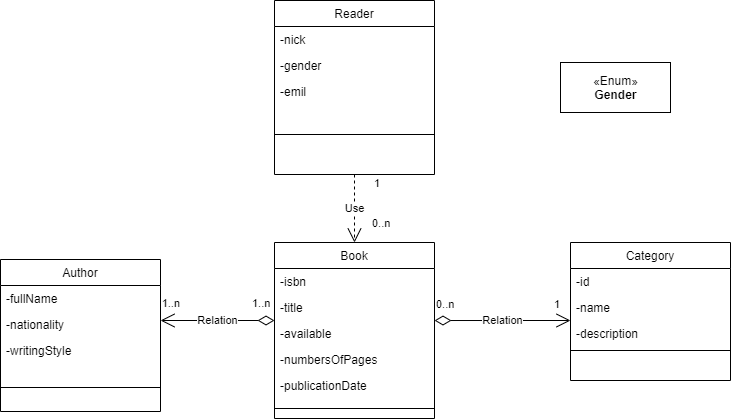
The draw.io diagram docs/library.models.png in miw-upm/apaw-practice, before a commit. Source tidied: cells renumbered, new cells last; positions are measured from the earlier drawing's top-left corner, leaving out a move shared by most shapes.
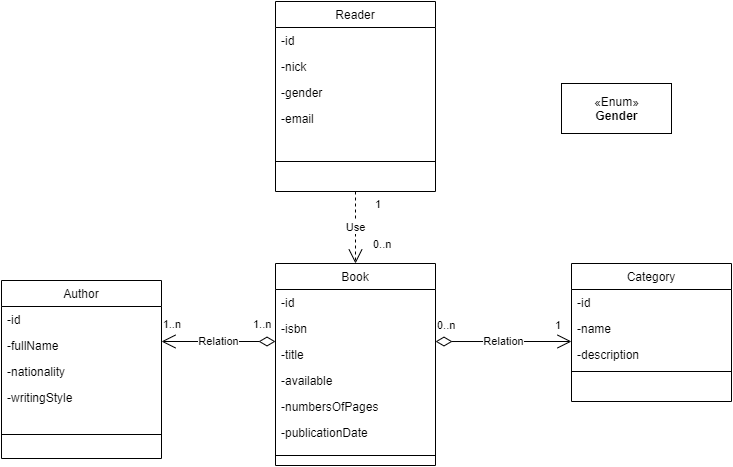
After the commit.

The edit, as a diff of the source:
```diff
@@ -3,19 +3,22 @@
     <mxCell id="0" />
     <mxCell id="1" parent="0" />
     <mxCell id="2" value="Reader" style="swimlane;fontStyle=0;align=center;verticalAlign=top;horizontal=1;startSize=26;rounded=0;shadow=0;strokeWidth=1;" parent="1" vertex="1">
-      <mxGeometry x="274" width="160" height="174" as="geometry" />
+      <mxGeometry x="274" y="-20" width="160" height="190" as="geometry" />
     </mxCell>
-    <mxCell id="3" value="-nick" style="text;align=left;verticalAlign=top;spacingLeft=4;spacingRight=4;overflow=hidden;" parent="2" vertex="1">
+    <mxCell id="3" value="-id" style="text;align=left;verticalAlign=top;spacingLeft=4;spacingRight=4;overflow=hidden;" parent="2" vertex="1">
       <mxGeometry y="26" width="160" height="26" as="geometry" />
     </mxCell>
+    <mxCell id="34" value="-nick" style="text;align=left;verticalAlign=top;spacingLeft=4;spacingRight=4;overflow=hidden;" parent="2" vertex="1">
+      <mxGeometry y="52" width="160" height="26" as="geometry" />
+    </mxCell>
     <mxCell id="4" value="-gender" style="text;align=left;verticalAlign=top;spacingLeft=4;spacingRight=4;overflow=hidden;rounded=0;shadow=0;html=0;" parent="2" vertex="1">
-      <mxGeometry y="52" width="160" height="26" as="geometry" />
+      <mxGeometry y="78" width="160" height="26" as="geometry" />
     </mxCell>
-    <mxCell id="5" value="-emil" style="text;align=left;verticalAlign=top;spacingLeft=4;spacingRight=4;overflow=hidden;rounded=0;shadow=0;html=0;" parent="2" vertex="1">
-      <mxGeometry y="78" width="160" height="26" as="geometry" />
+    <mxCell id="5" value="-email" style="text;align=left;verticalAlign=top;spacingLeft=4;spacingRight=4;overflow=hidden;rounded=0;shadow=0;html=0;" parent="2" vertex="1">
+      <mxGeometry y="104" width="160" height="26" as="geometry" />
     </mxCell>
     <mxCell id="6" style="line;html=1;strokeWidth=1;align=left;verticalAlign=middle;spacingTop=-1;spacingLeft=3;spacingRight=3;labelPosition=right;" parent="2" vertex="1">
-      <mxGeometry y="104" width="160" height="60" as="geometry" />
+      <mxGeometry y="130" width="160" height="60" as="geometry" />
     </mxCell>
     <mxCell id="7" value="Category" style="swimlane;fontStyle=0;align=center;verticalAlign=top;horizontal=1;startSize=26;rounded=0;shadow=0;strokeWidth=1;" parent="1" vertex="1">
       <mxGeometry x="570" y="242" width="160" height="138" as="geometry" />
@@ -33,40 +36,46 @@
       <mxGeometry y="104" width="160" height="8" as="geometry" />
     </mxCell>
     <mxCell id="12" value="Author&#10;" style="swimlane;fontStyle=0;align=center;verticalAlign=top;horizontal=1;startSize=26;rounded=0;shadow=0;strokeWidth=1;" parent="1" vertex="1">
-      <mxGeometry y="259" width="160" height="152" as="geometry" />
+      <mxGeometry y="259" width="160" height="178" as="geometry" />
     </mxCell>
+    <mxCell id="35" value="-id&#10;" style="text;align=left;verticalAlign=top;spacingLeft=4;spacingRight=4;overflow=hidden;" parent="12" vertex="1">
+      <mxGeometry y="26" width="160" height="26" as="geometry" />
+    </mxCell>
     <mxCell id="13" value="-fullName" style="text;align=left;verticalAlign=top;spacingLeft=4;spacingRight=4;overflow=hidden;" parent="12" vertex="1">
-      <mxGeometry y="26" width="160" height="26" as="geometry" />
+      <mxGeometry y="52" width="160" height="26" as="geometry" />
     </mxCell>
     <mxCell id="14" value="-nationality" style="text;align=left;verticalAlign=top;spacingLeft=4;spacingRight=4;overflow=hidden;" parent="12" vertex="1">
-      <mxGeometry y="52" width="160" height="26" as="geometry" />
+      <mxGeometry y="78" width="160" height="26" as="geometry" />
     </mxCell>
     <mxCell id="15" value="-writingStyle" style="text;align=left;verticalAlign=top;spacingLeft=4;spacingRight=4;overflow=hidden;" parent="12" vertex="1">
-      <mxGeometry y="78" width="160" height="26" as="geometry" />
+      <mxGeometry y="104" width="160" height="26" as="geometry" />
     </mxCell>
     <mxCell id="16" style="line;html=1;strokeWidth=1;align=left;verticalAlign=middle;spacingTop=-1;spacingLeft=3;spacingRight=3;labelPosition=right;" parent="12" vertex="1">
-      <mxGeometry y="104" width="160" height="48" as="geometry" />
+      <mxGeometry y="130" width="160" height="48" as="geometry" />
     </mxCell>
     <mxCell id="17" value="Book" style="swimlane;fontStyle=0;align=center;verticalAlign=top;horizontal=1;startSize=26;rounded=0;shadow=0;strokeWidth=1;" parent="1" vertex="1">
-      <mxGeometry x="274" y="242" width="160" height="176" as="geometry" />
+      <mxGeometry x="274" y="242" width="160" height="202" as="geometry" />
     </mxCell>
-    <mxCell id="18" value="-isbn" style="text;align=left;verticalAlign=top;spacingLeft=4;spacingRight=4;overflow=hidden;" parent="17" vertex="1">
+    <mxCell id="18" value="-id" style="text;align=left;verticalAlign=top;spacingLeft=4;spacingRight=4;overflow=hidden;" parent="17" vertex="1">
       <mxGeometry y="26" width="160" height="26" as="geometry" />
     </mxCell>
+    <mxCell id="36" value="-isbn" style="text;align=left;verticalAlign=top;spacingLeft=4;spacingRight=4;overflow=hidden;" parent="17" vertex="1">
+      <mxGeometry y="52" width="160" height="26" as="geometry" />
+    </mxCell>
     <mxCell id="19" value="-title" style="text;align=left;verticalAlign=top;spacingLeft=4;spacingRight=4;overflow=hidden;" parent="17" vertex="1">
-      <mxGeometry y="52" width="160" height="26" as="geometry" />
+      <mxGeometry y="78" width="160" height="26" as="geometry" />
     </mxCell>
     <mxCell id="20" value="-available" style="text;align=left;verticalAlign=top;spacingLeft=4;spacingRight=4;overflow=hidden;rounded=0;shadow=0;html=0;" parent="17" vertex="1">
-      <mxGeometry y="78" width="160" height="26" as="geometry" />
+      <mxGeometry y="104" width="160" height="26" as="geometry" />
     </mxCell>
     <mxCell id="21" value="-numbersOfPages" style="text;align=left;verticalAlign=top;spacingLeft=4;spacingRight=4;overflow=hidden;rounded=0;shadow=0;html=0;" parent="17" vertex="1">
-      <mxGeometry y="104" width="160" height="26" as="geometry" />
+      <mxGeometry y="130" width="160" height="26" as="geometry" />
     </mxCell>
     <mxCell id="22" value="-publicationDate" style="text;align=left;verticalAlign=top;spacingLeft=4;spacingRight=4;overflow=hidden;rounded=0;shadow=0;html=0;" parent="17" vertex="1">
-      <mxGeometry y="130" width="160" height="26" as="geometry" />
+      <mxGeometry y="156" width="160" height="26" as="geometry" />
     </mxCell>
     <mxCell id="23" style="line;html=1;strokeWidth=1;align=left;verticalAlign=middle;spacingTop=-1;spacingLeft=3;spacingRight=3;labelPosition=right;" parent="17" vertex="1">
-      <mxGeometry y="156" width="160" height="20" as="geometry" />
+      <mxGeometry y="182" width="160" height="20" as="geometry" />
     </mxCell>
     <mxCell id="24" value="Relation" style="endArrow=open;html=1;endSize=12;startArrow=diamondThin;startSize=14;startFill=0;edgeStyle=orthogonalEdgeStyle;rounded=0;" parent="1" edge="1">
       <mxGeometry relative="1" as="geometry">
```
